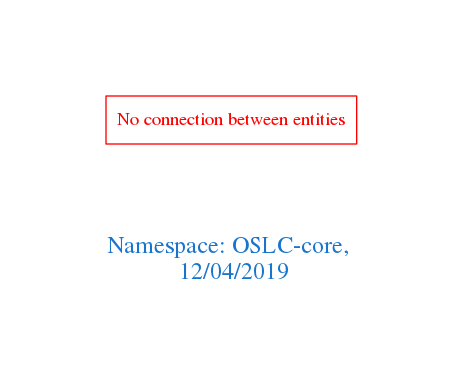
Before: downloads/OSLC-core.png, a diagram exported from Graphviz (arago/OGIT). Its source is kept beside it as downloads/OSLC-core.dot.
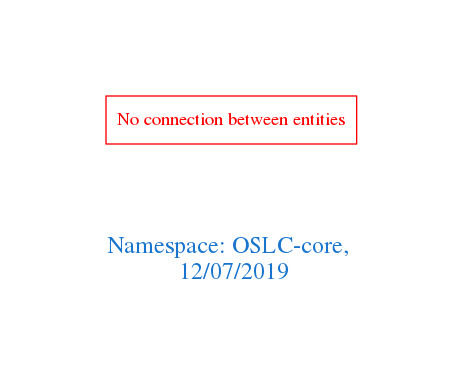
Above is the later version.

Diff of the diagram source:
```diff
@@ -1,7 +1,7 @@
 digraph OGIT_ontology {
  graph [ rankdir= LR,pad=1
 fontsize = 18,
-fontcolor= dodgerblue3,label = "\n\n\nNamespace: OSLC-core, \n 12/04/2019"];
+fontcolor= dodgerblue3,label = "\n\n\nNamespace: OSLC-core, \n 12/07/2019"];
 node[shape=polygon];
 edge [  color="gray81"];
 
```
